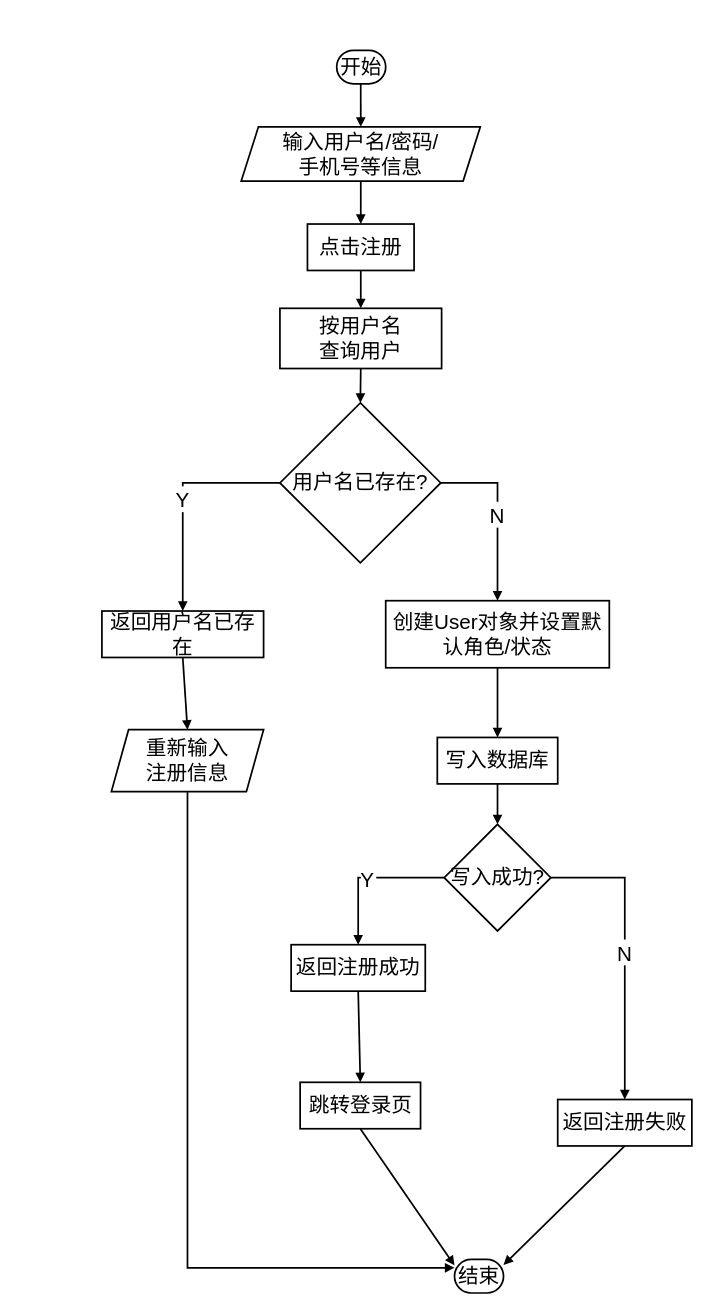
The draw.io diagram 游客注册流程图.drawio in LichCarlos/darwIo, before the edit. Source tidied: cells renumbered, new cells numbered last; positions are measured from the earlier drawing's top-left corner, leaving out a move shared by most shapes. Both pictures are drawn from the tidied source at 86%, with x=0, y=0 at pixel (101, 50).
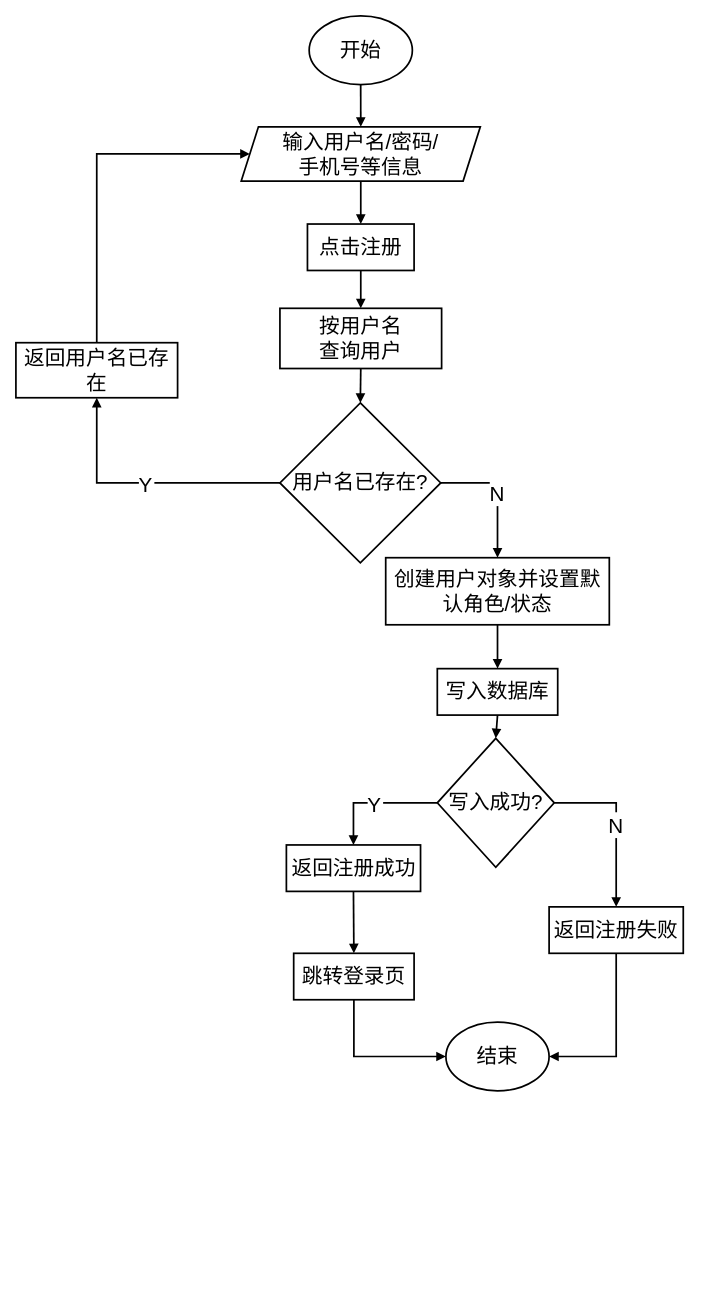
Above is the later version.

Commit message:
更新游客注册流程图.drawio

The change refers to these unchanged cells:
```xml
<mxCell id="6" value="输入用户名/密码/&#10;手机号等信息" style="shape=parallelogram;perimeter=parallelogramPerimeter;fixedSize=1;strokeWidth=2;whiteSpace=wrap;fontSize=24;labelBackgroundColor=none;" parent="1" vertex="1">
  <mxGeometry x="162" y="89" width="278" height="63" as="geometry" />
</mxCell>
<mxCell id="9" value="用户名已存在?" style="rhombus;strokeWidth=2;whiteSpace=wrap;fontSize=24;" parent="1" vertex="1">
  <mxGeometry x="207" y="410" width="187" height="186" as="geometry" />
</mxCell>
```

What changed in the source:
```diff
@@
-    <mxCell id="5" value="开始" style="rounded=1;whiteSpace=wrap;arcSize=50;strokeWidth=2;fontSize=24;" parent="1" vertex="1">
-      <mxGeometry x="273" width="57" height="39" as="geometry" />
-    </mxCell>
@@
     <mxCell id="10" value="返回用户名已存在" style="whiteSpace=wrap;strokeWidth=2;fontSize=24;" parent="1" vertex="1">
-      <mxGeometry y="652" width="188" height="54" as="geometry" />
+      <mxGeometry x="-100" y="340" width="188" height="64" as="geometry" />
     </mxCell>
-    <mxCell id="11" value="重新输入&#10;注册信息" style="shape=parallelogram;perimeter=parallelogramPerimeter;fixedSize=1;strokeWidth=2;whiteSpace=wrap;fontSize=24;" parent="1" vertex="1">
-      <mxGeometry x="11" y="790" width="177" height="72" as="geometry" />
-    </mxCell>
-    <mxCell id="12" value="创建User对象并设置默认角色/状态" style="whiteSpace=wrap;strokeWidth=2;fontSize=24;" parent="1" vertex="1">
-      <mxGeometry x="330" y="640" width="260" height="78" as="geometry" />
+    <mxCell id="12" value="创建用户对象并设置默认角色/状态" style="whiteSpace=wrap;strokeWidth=2;fontSize=24;" parent="1" vertex="1">
+      <mxGeometry x="330" y="590" width="260" height="78" as="geometry" />
     </mxCell>
     <mxCell id="13" value="写入数据库" style="whiteSpace=wrap;strokeWidth=2;fontSize=24;" parent="1" vertex="1">
-      <mxGeometry x="390" y="799" width="140" height="54" as="geometry" />
+      <mxGeometry x="390" y="719" width="140" height="54" as="geometry" />
     </mxCell>
     <mxCell id="14" value="写入成功?" style="rhombus;strokeWidth=2;whiteSpace=wrap;fontSize=24;" parent="1" vertex="1">
-      <mxGeometry x="398" y="900" width="124" height="124" as="geometry" />
+      <mxGeometry x="390" y="800" width="136" height="150" as="geometry" />
     </mxCell>
     <mxCell id="15" value="返回注册成功" style="whiteSpace=wrap;strokeWidth=2;fontSize=24;" parent="1" vertex="1">
-      <mxGeometry x="220" y="1040" width="156" height="54" as="geometry" />
+      <mxGeometry x="214.5" y="924" width="156" height="54" as="geometry" />
     </mxCell>
     <mxCell id="16" value="跳转登录页" style="whiteSpace=wrap;strokeWidth=2;fontSize=24;" parent="1" vertex="1">
-      <mxGeometry x="230.5" y="1200" width="140" height="54" as="geometry" />
+      <mxGeometry x="223" y="1050" width="140" height="54" as="geometry" />
     </mxCell>
-    <mxCell id="17" value="结束" style="rounded=1;whiteSpace=wrap;arcSize=50;strokeWidth=2;fontSize=24;" parent="1" vertex="1">
-      <mxGeometry x="410" y="1406" width="57" height="39" as="geometry" />
-    </mxCell>
     <mxCell id="18" value="返回注册失败" style="whiteSpace=wrap;strokeWidth=2;fontSize=24;" parent="1" vertex="1">
-      <mxGeometry x="530" y="1220" width="156" height="54" as="geometry" />
+      <mxGeometry x="520" y="996" width="156" height="54" as="geometry" />
     </mxCell>
-    <mxCell id="19" style="curved=1;startArrow=none;endArrow=block;exitX=0.49;exitY=1;entryX=0.5;entryY=0;rounded=0;strokeWidth=2;fontSize=24;" parent="1" edge="1" source="5" target="6">
-      <mxGeometry relative="1" as="geometry" />
+    <mxCell id="19" style="curved=1;startArrow=none;endArrow=block;exitX=0.49;exitY=1;entryX=0.5;entryY=0;rounded=0;strokeWidth=2;fontSize=24;" parent="1" edge="1" target="6">
+      <mxGeometry relative="1" as="geometry">
+        <mxPoint x="300.9" y="39" as="sourcePoint" />
+      </mxGeometry>
     </mxCell>
@@
-    <mxCell id="23" value="Y" style="startArrow=none;endArrow=block;exitX=0;exitY=0.5;entryX=0.5;entryY=0;rounded=0;strokeWidth=2;fontSize=24;edgeStyle=orthogonalEdgeStyle;exitDx=0;exitDy=0;" parent="1" edge="1" source="9" target="10">
-      <mxGeometry relative="1" as="geometry" />
+    <mxCell id="23" value="Y" style="startArrow=none;endArrow=block;exitX=0;exitY=0.5;entryX=0.5;entryY=1;rounded=0;strokeWidth=2;fontSize=24;edgeStyle=orthogonalEdgeStyle;exitDx=0;exitDy=0;entryDx=0;entryDy=0;" parent="1" edge="1" source="9" target="10">
+      <mxGeometry relative="1" as="geometry">
+        <Array as="points">
+          <mxPoint x="-6" y="503" />
+        </Array>
+      </mxGeometry>
     </mxCell>
-    <mxCell id="24" style="curved=1;startArrow=none;endArrow=block;exitX=0.5;exitY=1;entryX=0.5;entryY=0;rounded=0;strokeWidth=2;fontSize=24;entryDx=0;entryDy=0;" parent="1" edge="1" source="10" target="11">
-      <mxGeometry relative="1" as="geometry" />
+    <mxCell id="24" style="startArrow=none;endArrow=block;exitX=0.5;exitY=0;entryX=0;entryY=0.5;rounded=0;strokeWidth=2;fontSize=24;entryDx=0;entryDy=0;exitDx=0;exitDy=0;edgeStyle=orthogonalEdgeStyle;" parent="1" edge="1" source="10" target="6">
+      <mxGeometry relative="1" as="geometry">
+        <Array as="points">
+          <mxPoint x="-6" y="121" />
+          <mxPoint x="172" y="121" />
+        </Array>
+      </mxGeometry>
     </mxCell>
-    <mxCell id="25" style="startArrow=none;endArrow=block;exitX=0.5;exitY=1.01;entryX=0;entryY=0.25;rounded=0;strokeWidth=2;fontSize=24;entryDx=0;entryDy=0;edgeStyle=orthogonalEdgeStyle;" parent="1" edge="1" source="11" target="17">
-      <mxGeometry relative="1" as="geometry" />
-    </mxCell>
@@
-    <mxCell id="31" style="startArrow=none;endArrow=block;exitX=0.5;exitY=1;entryX=-0.01;entryY=0.17;rounded=0;strokeWidth=2;fontSize=24;" parent="1" edge="1" source="16" target="17">
+    <mxCell id="31" style="startArrow=none;endArrow=block;exitX=0.5;exitY=1;entryX=0;entryY=0.5;rounded=0;strokeWidth=2;fontSize=24;entryDx=0;entryDy=0;edgeStyle=orthogonalEdgeStyle;" parent="1" edge="1" source="16" target="17">
       <mxGeometry relative="1" as="geometry" />
     </mxCell>
@@
-    <mxCell id="33" style="startArrow=none;endArrow=block;exitX=0.5;exitY=1;entryX=0.99;entryY=0.17;rounded=0;strokeWidth=2;fontSize=24;" parent="1" edge="1" source="18" target="17">
+    <mxCell id="33" style="startArrow=none;endArrow=block;exitX=0.5;exitY=1;entryX=1;entryY=0.5;rounded=0;strokeWidth=2;fontSize=24;entryDx=0;entryDy=0;edgeStyle=orthogonalEdgeStyle;" parent="1" edge="1" source="18" target="17">
       <mxGeometry relative="1" as="geometry" />
     </mxCell>
+    <mxCell id="5" value="开始" style="ellipse;whiteSpace=wrap;html=1;fontSize=24;strokeWidth=2;" parent="1" vertex="1">
+      <mxGeometry x="241" y="-40" width="120" height="80" as="geometry" />
+    </mxCell>
+    <mxCell id="17" value="结束" style="ellipse;whiteSpace=wrap;html=1;fontSize=24;strokeWidth=2;" parent="1" vertex="1">
+      <mxGeometry x="400" y="1130" width="120" height="80" as="geometry" />
+    </mxCell>
```
